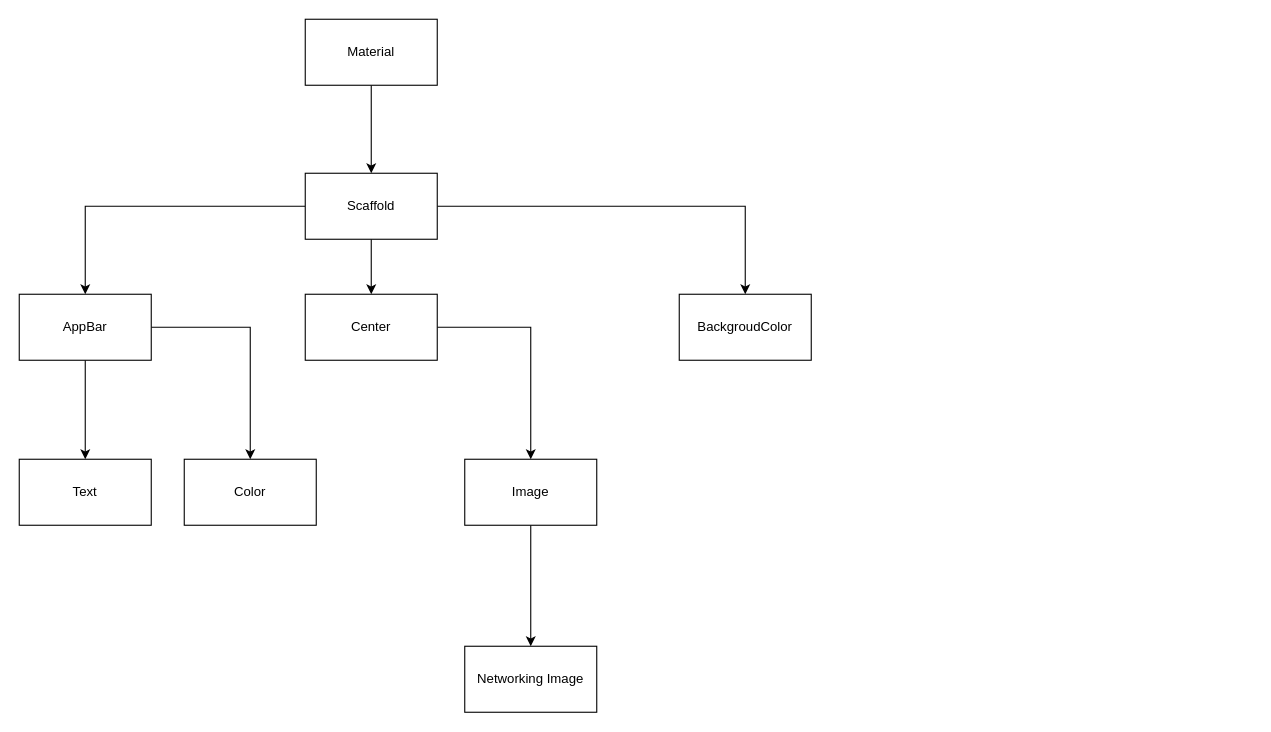
Above: i_am_rich.drawio in lxnhiqn905/flutter-learning (draw.io), before the change. Source tidied: cells renumbered, new cells numbered last; positions are measured from the earlier drawing's top-left corner, leaving out a move shared by most shapes. Both pictures are drawn from the tidied source at 110%, with x=0, y=0 at pixel (19, 19).
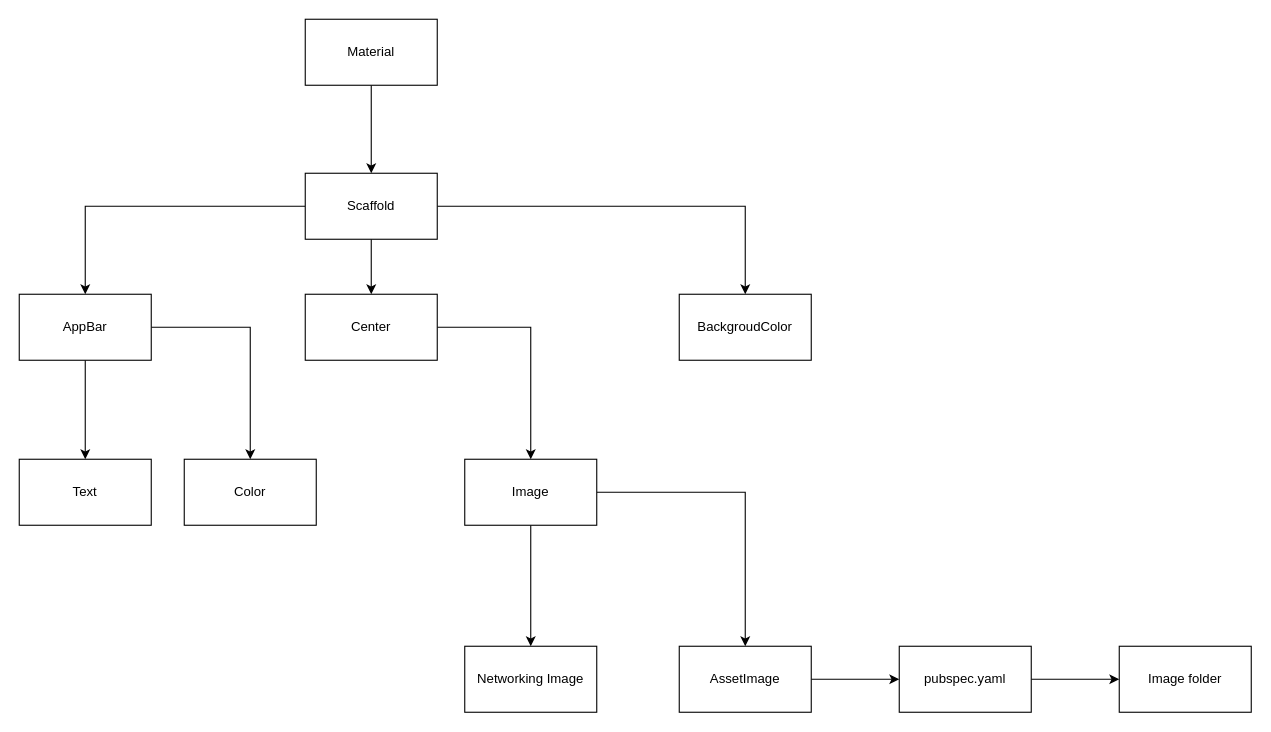
Above is the later version.

Commit message (it also covers changes not shown here):
Add diagram that using for practices

The change refers to these unchanged cells:
```xml
<mxCell id="17" value="Image" style="rounded=0;whiteSpace=wrap;html=1;" parent="1" vertex="1">
  <mxGeometry x="405" y="400" width="120" height="60" as="geometry" />
</mxCell>
```

Change to the diagram source:
```diff
@@
+    <mxCell id="19" style="edgeStyle=orthogonalEdgeStyle;rounded=0;jettySize=auto;html=1;" parent="1" edge="1" source="17" target="21">
+      <mxGeometry relative="1" as="geometry" />
+    </mxCell>
@@
+    <mxCell id="20" style="edgeStyle=orthogonalEdgeStyle;rounded=0;jettySize=auto;html=1;" parent="1" edge="1" source="21" target="23">
+      <mxGeometry relative="1" as="geometry" />
+    </mxCell>
+    <mxCell id="21" value="AssetImage" style="rounded=0;whiteSpace=wrap;html=1;" parent="1" vertex="1">
+      <mxGeometry x="600" y="570" width="120" height="60" as="geometry" />
+    </mxCell>
+    <mxCell id="22" style="edgeStyle=orthogonalEdgeStyle;rounded=0;jettySize=auto;html=1;" parent="1" edge="1" source="23" target="24">
+      <mxGeometry relative="1" as="geometry" />
+    </mxCell>
+    <mxCell id="23" value="pubspec.yaml" style="rounded=0;whiteSpace=wrap;html=1;" parent="1" vertex="1">
+      <mxGeometry x="800" y="570" width="120" height="60" as="geometry" />
+    </mxCell>
+    <mxCell id="24" value="Image folder" style="rounded=0;whiteSpace=wrap;html=1;" parent="1" vertex="1">
+      <mxGeometry x="1000" y="570" width="120" height="60" as="geometry" />
+    </mxCell>
```
